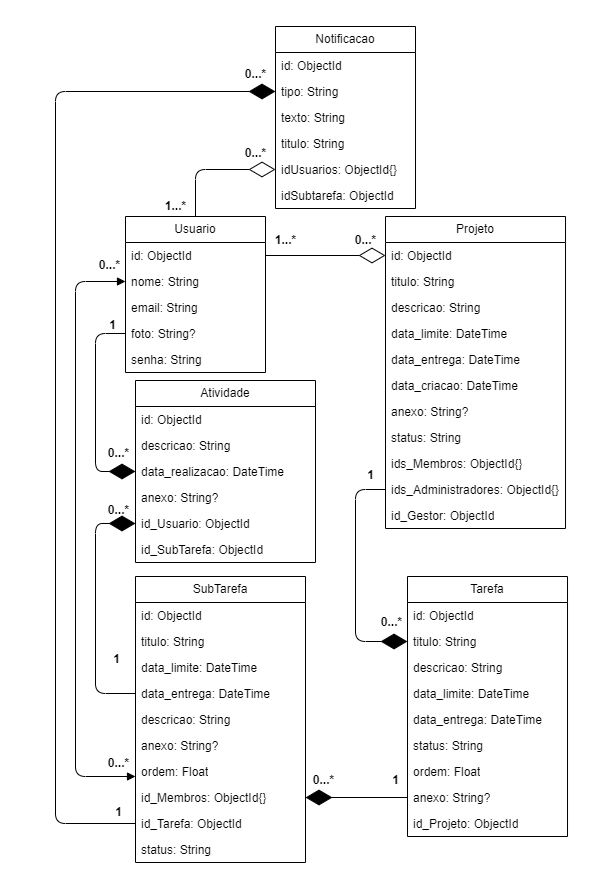
This is docs/Diagrama-BD-NoAM.png from FatecFranca/DSM-P3-G09-2025-1, a draw.io export, as it was before one commit. Source tidied: cells renumbered, new cells last; positions are measured from the earlier drawing's top-left corner, leaving out a move shared by most shapes.
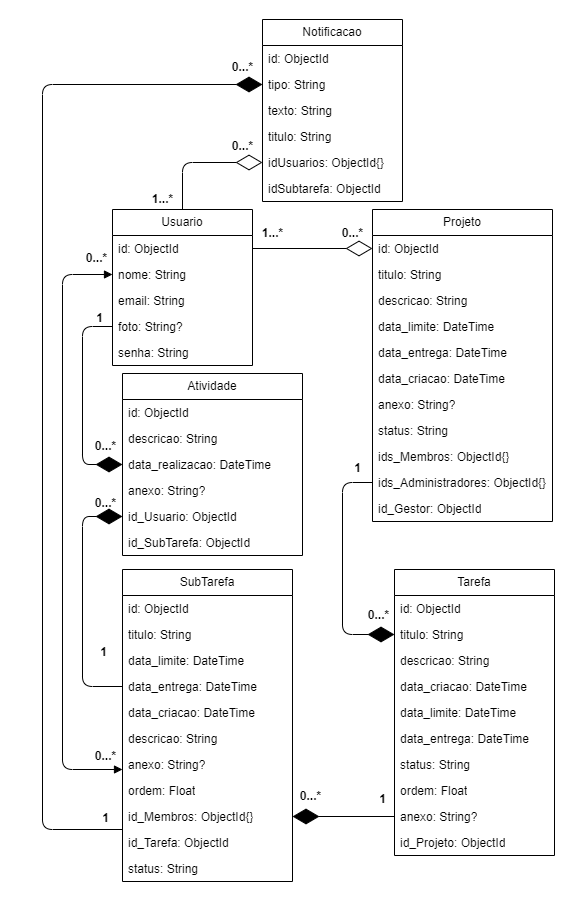
Later version of the same file.

Diff of the diagram source:
```diff
@@ -21,7 +21,7 @@
       <mxGeometry y="130" width="140" height="26" as="geometry" />
     </mxCell>
     <mxCell id="8" value="Tarefa" style="swimlane;fontStyle=0;horizontal=1;startSize=26;fillColor=none;whiteSpace=wrap;html=1;" parent="1" vertex="1">
-      <mxGeometry x="352" y="550" width="160" height="260" as="geometry" />
+      <mxGeometry x="352" y="550" width="160" height="286" as="geometry" />
     </mxCell>
     <mxCell id="9" value="id: ObjectId" style="text;strokeColor=none;fillColor=none;align=left;verticalAlign=top;spacingLeft=4;spacingRight=4;overflow=hidden;whiteSpace=wrap;html=1;" parent="8" vertex="1">
       <mxGeometry y="26" width="160" height="26" as="geometry" />
@@ -32,26 +32,29 @@
     <mxCell id="11" value="descricao: String" style="text;strokeColor=none;fillColor=none;align=left;verticalAlign=top;spacingLeft=4;spacingRight=4;overflow=hidden;whiteSpace=wrap;html=1;" parent="8" vertex="1">
       <mxGeometry y="78" width="160" height="26" as="geometry" />
     </mxCell>
-    <mxCell id="12" value="data_limite: DateTime" style="text;strokeColor=none;fillColor=none;align=left;verticalAlign=top;spacingLeft=4;spacingRight=4;overflow=hidden;whiteSpace=wrap;html=1;" parent="8" vertex="1">
+    <mxCell id="12" value="data_criacao: DateTime" style="text;strokeColor=none;fillColor=none;align=left;verticalAlign=top;spacingLeft=4;spacingRight=4;overflow=hidden;whiteSpace=wrap;html=1;" parent="8" vertex="1">
       <mxGeometry y="104" width="160" height="26" as="geometry" />
     </mxCell>
+    <mxCell id="79" value="data_limite: DateTime" style="text;strokeColor=none;fillColor=none;align=left;verticalAlign=top;spacingLeft=4;spacingRight=4;overflow=hidden;whiteSpace=wrap;html=1;" parent="8" vertex="1">
+      <mxGeometry y="130" width="160" height="26" as="geometry" />
+    </mxCell>
     <mxCell id="13" value="data_entrega: DateTime" style="text;strokeColor=none;fillColor=none;align=left;verticalAlign=top;spacingLeft=4;spacingRight=4;overflow=hidden;whiteSpace=wrap;html=1;" parent="8" vertex="1">
-      <mxGeometry y="130" width="160" height="26" as="geometry" />
+      <mxGeometry y="156" width="160" height="26" as="geometry" />
     </mxCell>
     <mxCell id="14" value="status: String" style="text;strokeColor=none;fillColor=none;align=left;verticalAlign=top;spacingLeft=4;spacingRight=4;overflow=hidden;whiteSpace=wrap;html=1;" parent="8" vertex="1">
-      <mxGeometry y="156" width="160" height="26" as="geometry" />
+      <mxGeometry y="182" width="160" height="26" as="geometry" />
     </mxCell>
     <mxCell id="15" value="ordem: Float" style="text;strokeColor=none;fillColor=none;align=left;verticalAlign=top;spacingLeft=4;spacingRight=4;overflow=hidden;whiteSpace=wrap;html=1;" parent="8" vertex="1">
-      <mxGeometry y="182" width="160" height="26" as="geometry" />
+      <mxGeometry y="208" width="160" height="26" as="geometry" />
     </mxCell>
     <mxCell id="16" value="&lt;span style=&quot;background-color: transparent;&quot;&gt;&lt;font color=&quot;#000000&quot;&gt;anexo&lt;/font&gt;: String?&lt;/span&gt;" style="text;strokeColor=none;fillColor=none;align=left;verticalAlign=top;spacingLeft=4;spacingRight=4;overflow=hidden;points=[[0,0.5],[1,0.5]];portConstraint=eastwest;whiteSpace=wrap;html=1;" parent="8" vertex="1">
-      <mxGeometry y="208" width="160" height="26" as="geometry" />
+      <mxGeometry y="234" width="160" height="26" as="geometry" />
     </mxCell>
     <mxCell id="17" value="id_Projeto: ObjectId" style="text;strokeColor=none;fillColor=none;align=left;verticalAlign=top;spacingLeft=4;spacingRight=4;overflow=hidden;whiteSpace=wrap;html=1;" parent="8" vertex="1">
-      <mxGeometry y="234" width="160" height="26" as="geometry" />
+      <mxGeometry y="260" width="160" height="26" as="geometry" />
     </mxCell>
     <mxCell id="18" value="SubTarefa" style="swimlane;fontStyle=0;horizontal=1;startSize=26;fillColor=none;whiteSpace=wrap;html=1;" parent="1" vertex="1">
-      <mxGeometry x="80" y="550" width="170" height="286" as="geometry" />
+      <mxGeometry x="80" y="550" width="170" height="312" as="geometry" />
     </mxCell>
     <mxCell id="19" value="id: ObjectId" style="text;strokeColor=none;fillColor=none;align=left;verticalAlign=top;spacingLeft=4;spacingRight=4;overflow=hidden;whiteSpace=wrap;html=1;" parent="18" vertex="1">
       <mxGeometry y="26" width="170" height="26" as="geometry" />
@@ -65,23 +68,26 @@
     <mxCell id="22" value="data_entrega: DateTime" style="text;strokeColor=none;fillColor=none;align=left;verticalAlign=top;spacingLeft=4;spacingRight=4;overflow=hidden;points=[[0,0.5],[1,0.5]];portConstraint=eastwest;whiteSpace=wrap;html=1;" parent="18" vertex="1">
       <mxGeometry y="104" width="170" height="26" as="geometry" />
     </mxCell>
+    <mxCell id="80" value="data_criacao: DateTime" style="text;strokeColor=none;fillColor=none;align=left;verticalAlign=top;spacingLeft=4;spacingRight=4;overflow=hidden;whiteSpace=wrap;html=1;" parent="18" vertex="1">
+      <mxGeometry y="130" width="170" height="26" as="geometry" />
+    </mxCell>
     <mxCell id="23" value="descricao: String" style="text;strokeColor=none;fillColor=none;align=left;verticalAlign=top;spacingLeft=4;spacingRight=4;overflow=hidden;whiteSpace=wrap;html=1;" parent="18" vertex="1">
-      <mxGeometry y="130" width="170" height="26" as="geometry" />
+      <mxGeometry y="156" width="170" height="26" as="geometry" />
     </mxCell>
     <mxCell id="24" value="&lt;span style=&quot;background-color: transparent;&quot;&gt;&lt;font color=&quot;#000000&quot;&gt;anexo&lt;/font&gt;: String?&lt;/span&gt;" style="text;strokeColor=none;fillColor=none;align=left;verticalAlign=top;spacingLeft=4;spacingRight=4;overflow=hidden;whiteSpace=wrap;html=1;" parent="18" vertex="1">
-      <mxGeometry y="156" width="170" height="26" as="geometry" />
+      <mxGeometry y="182" width="170" height="26" as="geometry" />
     </mxCell>
     <mxCell id="25" value="ordem: Float" style="text;strokeColor=none;fillColor=none;align=left;verticalAlign=top;spacingLeft=4;spacingRight=4;overflow=hidden;whiteSpace=wrap;html=1;" parent="18" vertex="1">
-      <mxGeometry y="182" width="170" height="26" as="geometry" />
+      <mxGeometry y="208" width="170" height="26" as="geometry" />
     </mxCell>
     <mxCell id="26" value="id_Membros: ObjectId{}" style="text;strokeColor=none;fillColor=none;align=left;verticalAlign=top;spacingLeft=4;spacingRight=4;overflow=hidden;points=[[0,0.5],[1,0.5]];portConstraint=eastwest;whiteSpace=wrap;html=1;" parent="18" vertex="1">
-      <mxGeometry y="208" width="170" height="26" as="geometry" />
+      <mxGeometry y="234" width="170" height="26" as="geometry" />
     </mxCell>
     <mxCell id="27" value="id_Tarefa: ObjectId" style="text;strokeColor=none;fillColor=none;align=left;verticalAlign=top;spacingLeft=4;spacingRight=4;overflow=hidden;points=[[0,0.5],[1,0.5]];portConstraint=eastwest;whiteSpace=wrap;html=1;" parent="18" vertex="1">
-      <mxGeometry y="234" width="170" height="26" as="geometry" />
+      <mxGeometry y="260" width="170" height="26" as="geometry" />
     </mxCell>
     <mxCell id="28" value="status: String" style="text;strokeColor=none;fillColor=none;align=left;verticalAlign=top;spacingLeft=4;spacingRight=4;overflow=hidden;whiteSpace=wrap;html=1;" parent="18" vertex="1">
-      <mxGeometry y="260" width="170" height="26" as="geometry" />
+      <mxGeometry y="286" width="170" height="26" as="geometry" />
     </mxCell>
     <mxCell id="29" value="Projeto" style="swimlane;fontStyle=0;horizontal=1;startSize=26;fillColor=none;whiteSpace=wrap;html=1;" parent="1" vertex="1">
       <mxGeometry x="330" y="190" width="180" height="312" as="geometry" />
@@ -135,10 +141,10 @@
       <mxGeometry relative="1" as="geometry" />
     </mxCell>
     <mxCell id="46" value="&lt;font style=&quot;font-size: 12px;&quot;&gt;0...*&lt;/font&gt;" style="text;strokeColor=none;fillColor=none;html=1;fontSize=24;fontStyle=1;verticalAlign=middle;align=center;" parent="1" vertex="1">
-      <mxGeometry x="248" y="740" width="40" height="20" as="geometry" />
+      <mxGeometry x="248" y="763" width="40" height="20" as="geometry" />
     </mxCell>
     <mxCell id="47" value="&lt;font style=&quot;font-size: 12px;&quot;&gt;1&lt;/font&gt;" style="text;strokeColor=none;fillColor=none;html=1;fontSize=24;fontStyle=1;verticalAlign=middle;align=center;" parent="1" vertex="1">
-      <mxGeometry x="320" y="740" width="40" height="20" as="geometry" />
+      <mxGeometry x="320" y="766" width="40" height="20" as="geometry" />
     </mxCell>
     <mxCell id="48" value="&lt;font style=&quot;font-size: 12px;&quot;&gt;0...*&lt;/font&gt;" style="text;strokeColor=none;fillColor=none;html=1;fontSize=24;fontStyle=1;verticalAlign=middle;align=center;" parent="1" vertex="1">
       <mxGeometry x="43" y="413" width="40" height="20" as="geometry" />
@@ -240,10 +246,12 @@
         </Array>
       </mxGeometry>
     </mxCell>
-    <mxCell id="74" style="endArrow=diamondThin;endFill=1;endSize=24;html=1;entryX=0;entryY=0.5;entryDx=0;entryDy=0;edgeStyle=orthogonalEdgeStyle;exitX=0;exitY=0.5;exitDx=0;exitDy=0;" parent="1" edge="1" source="27" target="63">
+    <mxCell id="74" style="endArrow=diamondThin;endFill=1;endSize=24;html=1;entryX=0;entryY=0.5;entryDx=0;entryDy=0;edgeStyle=orthogonalEdgeStyle;" parent="1" edge="1" target="63">
       <mxGeometry relative="1" as="geometry">
+        <mxPoint x="80" y="810" as="sourcePoint" />
         <Array as="points">
-          <mxPoint y="797" />
+          <mxPoint x="80" y="810" />
+          <mxPoint y="810" />
           <mxPoint y="65" />
         </Array>
       </mxGeometry>
@@ -252,7 +260,7 @@
       <mxGeometry x="180" y="34" width="40" height="20" as="geometry" />
     </mxCell>
     <mxCell id="76" value="&lt;font style=&quot;font-size: 12px;&quot;&gt;1&lt;/font&gt;" style="text;strokeColor=none;fillColor=none;html=1;fontSize=24;fontStyle=1;verticalAlign=middle;align=center;" parent="1" vertex="1">
-      <mxGeometry x="43" y="772" width="40" height="20" as="geometry" />
+      <mxGeometry x="43" y="785" width="40" height="20" as="geometry" />
     </mxCell>
     <mxCell id="77" style="endArrow=diamondThin;endFill=0;endSize=24;html=1;exitX=0.5;exitY=0;exitDx=0;exitDy=0;entryX=0;entryY=0.5;entryDx=0;entryDy=0;edgeStyle=orthogonalEdgeStyle;" parent="1" edge="1" source="2" target="66">
       <mxGeometry relative="1" as="geometry" />
```
